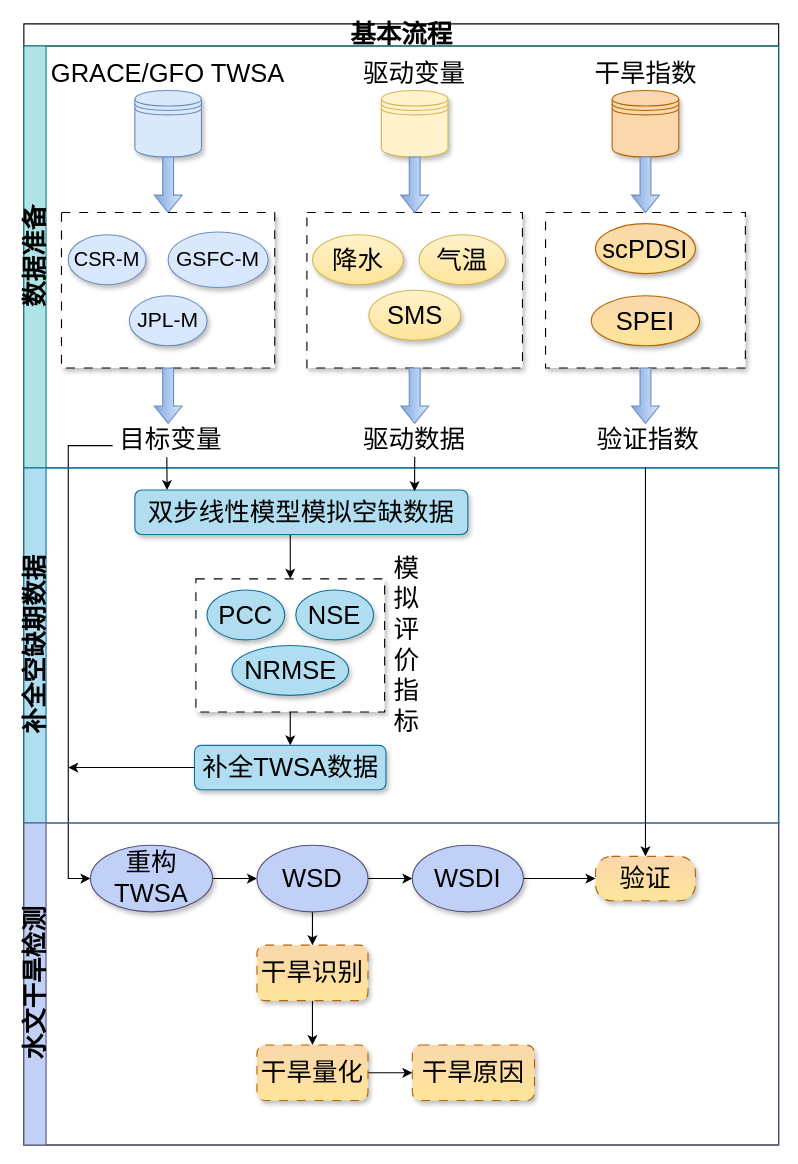
Above: Drought_2.drawio in lesmorts/Notes (draw.io), before the change. Source tidied: cells renumbered, new cells numbered last; positions are measured from the earlier drawing's top-left corner, leaving out a move shared by most shapes. Both pictures are drawn from the tidied source at 111%, with x=0, y=0 at pixel (23, 23).
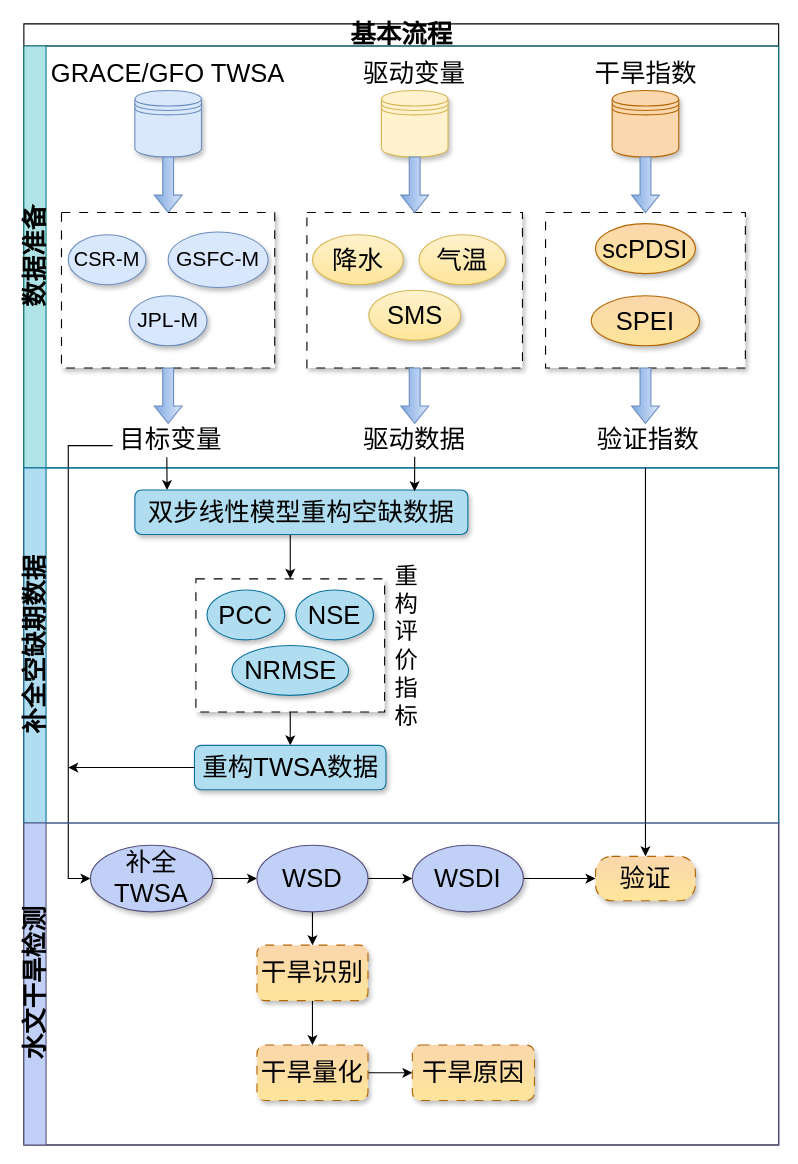
After the change.

The change refers to these unchanged cells:
```xml
<mxCell id="31" value="补全空缺期数据" style="swimlane;startSize=20;horizontal=0;html=1;swimlaneFillColor=none;fillColor=#b1ddf0;strokeColor=#10739e;rounded=0;arcSize=0;shadow=0;fontSize=23;" parent="2" vertex="1">
  <mxGeometry y="400" width="680" height="320" as="geometry" />
</mxCell>
<mxCell id="44" value="&lt;div style=&quot;font-size: 23px;&quot;&gt;水文干旱检测&lt;/div&gt;" style="swimlane;startSize=20;horizontal=0;html=1;fillColor=#c0d0f7;strokeColor=#56517e;swimlaneLine=1;fontSize=23;" parent="2" vertex="1">
  <mxGeometry y="720" width="680" height="290" as="geometry" />
</mxCell>
```

What changed in the source:
```diff
@@
-    <mxCell id="35" value="双步线性模型模拟空缺数据" style="rounded=1;whiteSpace=wrap;html=1;shadow=1;glass=0;fillColor=#b1ddf0;strokeColor=#10739e;fontSize=23;" parent="31" vertex="1">
+    <mxCell id="35" value="双步线性模型重构空缺数据" style="rounded=1;whiteSpace=wrap;html=1;shadow=1;glass=0;fillColor=#b1ddf0;strokeColor=#10739e;fontSize=23;" parent="31" vertex="1">
       <mxGeometry x="100" y="20" width="300" height="40" as="geometry" />
     </mxCell>
@@
-    <mxCell id="42" value="&lt;div style=&quot;font-size: 23px;&quot;&gt;模&lt;/div&gt;&lt;div style=&quot;font-size: 23px;&quot;&gt;拟&lt;/div&gt;&lt;div style=&quot;font-size: 23px;&quot;&gt;评&lt;/div&gt;&lt;div style=&quot;font-size: 23px;&quot;&gt;价&lt;/div&gt;&lt;div style=&quot;font-size: 23px;&quot;&gt;指&lt;/div&gt;&lt;div style=&quot;font-size: 23px;&quot;&gt;标&lt;/div&gt;" style="text;html=1;align=center;verticalAlign=middle;whiteSpace=wrap;rounded=0;fontSize=23;" parent="31" vertex="1">
+    <mxCell id="42" value="&lt;div style=&quot;font-size: 21px;&quot;&gt;&lt;span style=&quot;background-color: initial; font-size: 21px;&quot;&gt;重&lt;/span&gt;&lt;br style=&quot;font-size: 21px;&quot;&gt;&lt;/div&gt;&lt;div style=&quot;font-size: 21px;&quot;&gt;&lt;span style=&quot;background-color: initial; font-size: 21px;&quot;&gt;构&lt;/span&gt;&lt;/div&gt;&lt;div style=&quot;font-size: 21px;&quot;&gt;评&lt;/div&gt;&lt;div style=&quot;font-size: 21px;&quot;&gt;价&lt;/div&gt;&lt;div style=&quot;font-size: 21px;&quot;&gt;指&lt;/div&gt;&lt;div style=&quot;font-size: 21px;&quot;&gt;标&lt;/div&gt;" style="text;html=1;align=center;verticalAlign=middle;whiteSpace=wrap;rounded=0;fontSize=21;" parent="31" vertex="1">
       <mxGeometry x="330" y="80" width="30" height="160" as="geometry" />
     </mxCell>
-    <mxCell id="43" value="补全TWSA数据" style="rounded=1;whiteSpace=wrap;html=1;shadow=1;glass=0;fillColor=#b1ddf0;strokeColor=#10739e;fontSize=23;" parent="31" vertex="1">
+    <mxCell id="43" value="重构TWSA数据" style="rounded=1;whiteSpace=wrap;html=1;shadow=1;glass=0;fillColor=#b1ddf0;strokeColor=#10739e;fontSize=23;" parent="31" vertex="1">
       <mxGeometry x="153.7" y="250" width="172.5" height="40" as="geometry" />
     </mxCell>
@@
-    <mxCell id="47" value="重构TWSA" style="ellipse;whiteSpace=wrap;html=1;fillColor=#c0d0f7;strokeColor=#56517e;align=center;verticalAlign=middle;fontFamily=Helvetica;fontSize=23;shadow=1;fontStyle=0;fontColor=default;" parent="44" vertex="1">
+    <mxCell id="47" value="补全TWSA" style="ellipse;whiteSpace=wrap;html=1;fillColor=#c0d0f7;strokeColor=#56517e;align=center;verticalAlign=middle;fontFamily=Helvetica;fontSize=23;shadow=1;fontStyle=0;fontColor=default;" parent="44" vertex="1">
       <mxGeometry x="60" y="20" width="110" height="60" as="geometry" />
     </mxCell>
```
